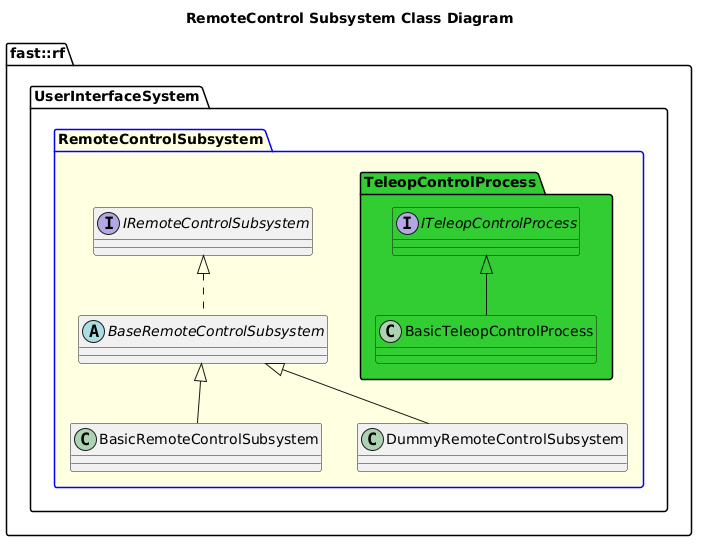
fastrobotics/robot_framework keeps this PlantUML diagram as Systems/UserInterface/Subsystems/RemoteControl/doc/puml/RemoteControlSubsystemClassDiagram.png. Above is the earlier version.
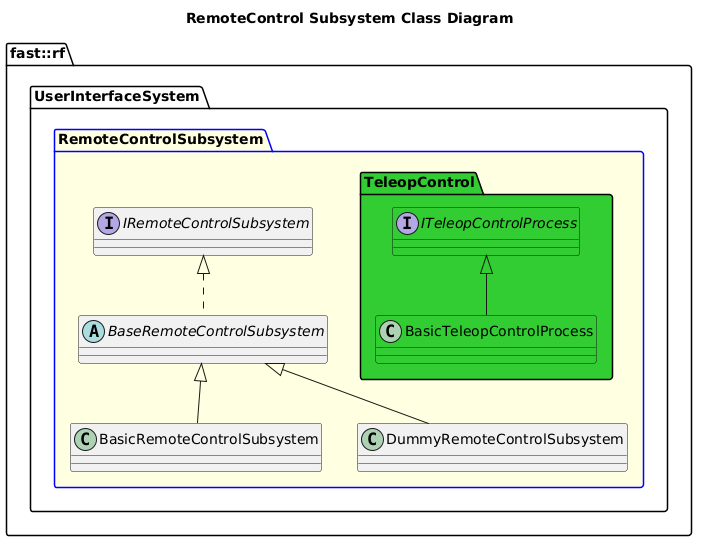
Later version of the same file.

Change to the diagram source:
```diff
@@ -16,7 +16,7 @@
       class DummyRemoteControlSubsystem {
       }
       DummyRemoteControlSubsystem -up-|> BaseRemoteControlSubsystem
-      package TeleopControlProcess #LimeGreen {
+      namespace TeleopControl #LimeGreen {
         interface ITeleopControlProcess #LimeGreen
         class BasicTeleopControlProcess #LimeGreen
         BasicTeleopControlProcess -up-|> ITeleopControlProcess
```
